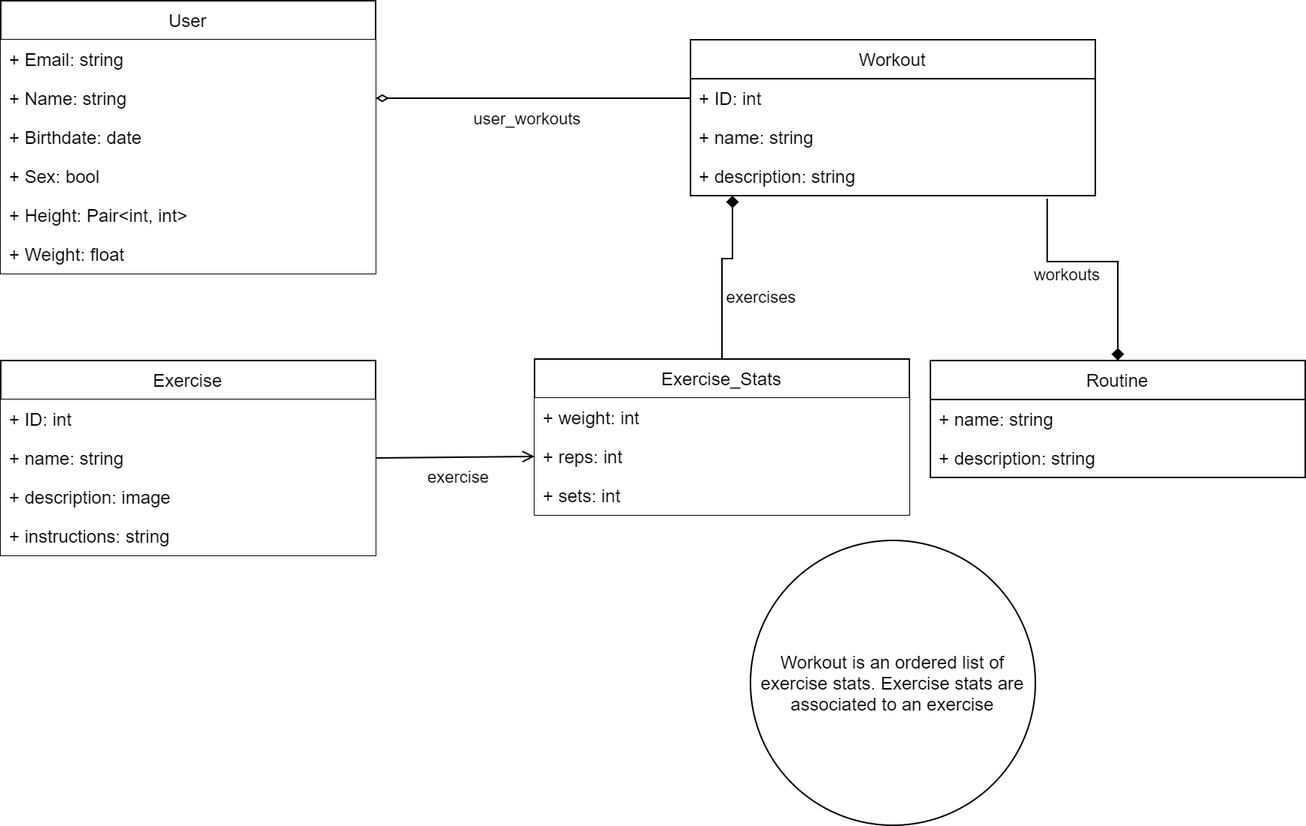
This is documentation/design/object models.png from rahula00/LiftLog, a draw.io export, as it was before one commit. Source tidied: cells renumbered, new cells last; positions are measured from the earlier drawing's top-left corner, leaving out a move shared by most shapes.
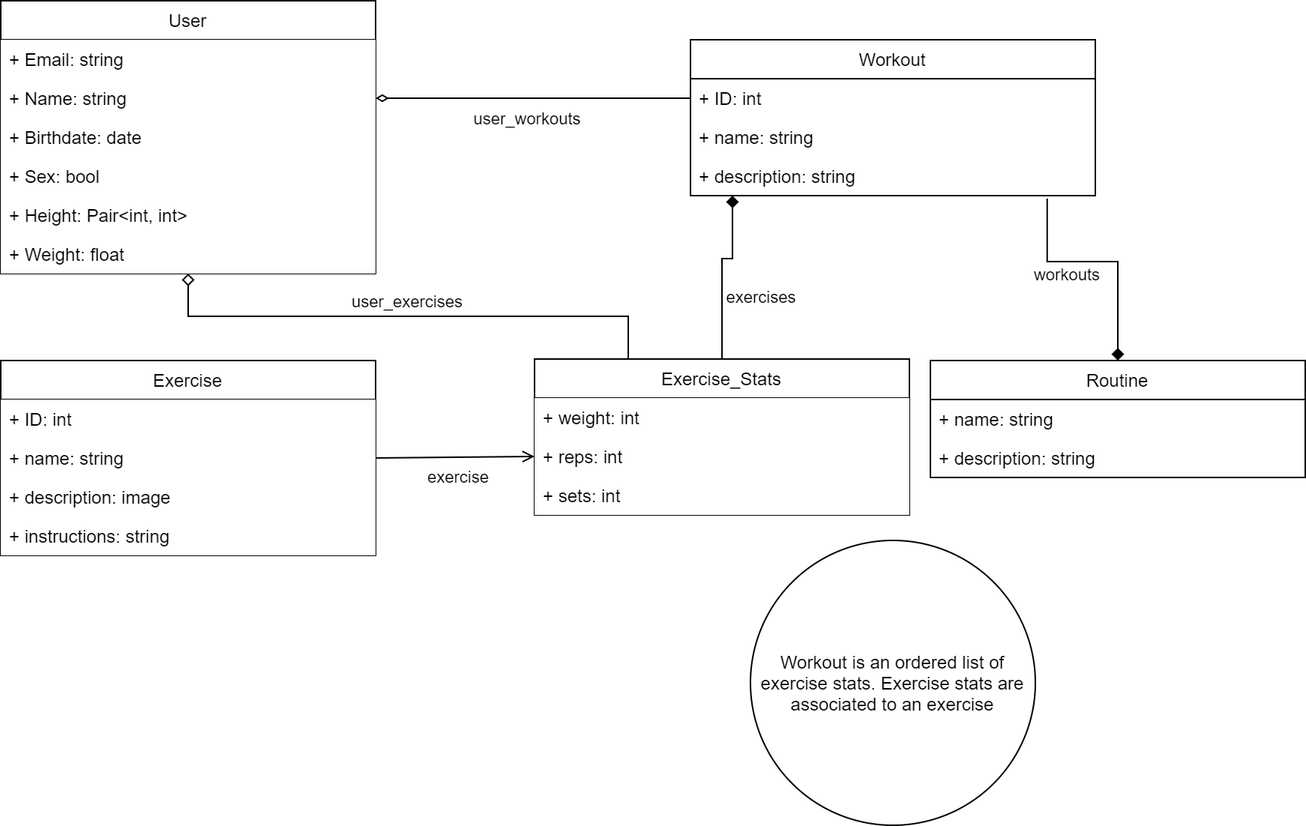
Later version of the same file.

Change to the diagram source:
```diff
@@ -2,6 +2,14 @@
   <root>
     <mxCell id="0" />
     <mxCell id="1" parent="0" />
+    <mxCell id="34" style="edgeStyle=orthogonalEdgeStyle;rounded=0;jettySize=auto;html=1;exitX=0.5;exitY=1;exitDx=0;exitDy=0;entryX=0.25;entryY=0;entryDx=0;entryDy=0;endArrow=none;endFill=0;startArrow=diamond;startFill=0;" parent="1" edge="1" source="2" target="22">
+      <mxGeometry relative="1" as="geometry" />
+    </mxCell>
+    <mxCell id="35" value="user_exercises" style="edgeLabel;html=1;align=center;verticalAlign=middle;" parent="34" vertex="1">
+      <mxGeometry x="-0.24" y="2" relative="1" as="geometry">
+        <mxPoint x="40.5" y="-8.5" as="offset" />
+      </mxGeometry>
+    </mxCell>
     <mxCell id="2" value="User" style="swimlane;fontStyle=0;horizontal=1;startSize=26;" parent="1" vertex="1">
       <mxGeometry width="250" height="182" as="geometry" />
     </mxCell>
```
